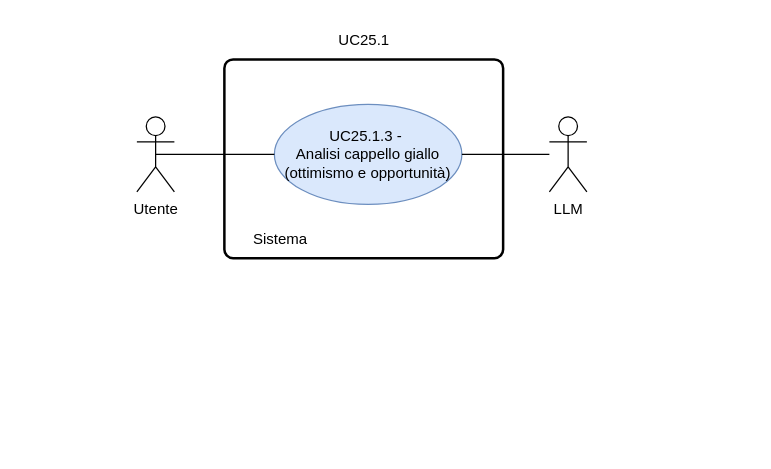
Earlier version of the draw.io diagram RTB/doc_esterna/analisi-dei-requisiti/assets/draw.io/UC25.1.3.drawio (thebitless-group-swe/thebitless.github.io). Source tidied: cells renumbered, new cells numbered last; positions are measured from the earlier drawing's top-left corner, leaving out a move shared by most shapes. Both pictures are drawn from the tidied source at 125%, with x=0, y=0 at pixel (136, 21).
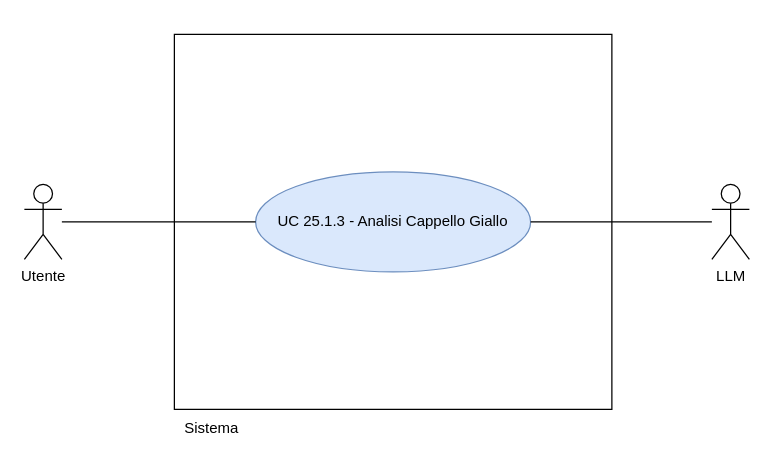
Above is the later version.

Diff of the diagram source:
```diff
@@
 <mxGraphModel>
   <root>
     <mxCell id="0" />
     <mxCell id="1" parent="0" />
-    <mxCell id="2" style="rounded=1;whiteSpace=wrap;html=1;absoluteArcSize=1;arcSize=14;strokeWidth=2;" parent="1" vertex="1">
-      <mxGeometry x="70" y="30" width="223" height="159" as="geometry" />
-    </mxCell>
     <mxCell id="3" value="Utente" style="shape=umlActor;verticalLabelPosition=bottom;verticalAlign=top;html=1;outlineConnect=0;" parent="1" vertex="1">
-      <mxGeometry y="76" width="30" height="60" as="geometry" />
+      <mxGeometry x="-90" y="130" width="30" height="60" as="geometry" />
     </mxCell>
+    <mxCell id="9" value="LLM" style="shape=umlActor;verticalLabelPosition=bottom;verticalAlign=top;html=1;outlineConnect=0;" parent="1" vertex="1">
+      <mxGeometry x="460" y="130" width="30" height="60" as="geometry" />
+    </mxCell>
+    <mxCell id="10" style="whiteSpace=wrap;html=1;" parent="1" vertex="1">
+      <mxGeometry x="30" y="10" width="350" height="300" as="geometry" />
+    </mxCell>
     <mxCell id="4" value="Sistema" style="text;html=1;whiteSpace=wrap;strokeColor=none;fillColor=none;align=center;verticalAlign=middle;rounded=0;" parent="1" vertex="1">
-      <mxGeometry x="70" y="159" width="90" height="30" as="geometry" />
+      <mxGeometry x="30" y="310" width="60" height="30" as="geometry" />
     </mxCell>
-    <mxCell id="5" value="UC25.1.3 -&amp;nbsp;&lt;div&gt;Analisi cappello giallo (ottimismo e opportunità)&lt;/div&gt;" style="ellipse;whiteSpace=wrap;html=1;fillColor=#dae8fc;strokeColor=#6c8ebf;" parent="1" vertex="1">
-      <mxGeometry x="110" y="66" width="150" height="80" as="geometry" />
-    </mxCell>
-    <mxCell id="6" style="endArrow=none;html=1;rounded=0;exitX=0.5;exitY=0.5;exitDx=0;exitDy=0;exitPerimeter=0;entryX=0;entryY=0.5;entryDx=0;entryDy=0;" parent="1" edge="1" source="3" target="5">
-      <mxGeometry relative="1" as="geometry" />
-    </mxCell>
-    <mxCell id="7" value="UC25.1" style="text;html=1;whiteSpace=wrap;strokeColor=none;fillColor=none;align=center;verticalAlign=middle;rounded=0;" parent="1" vertex="1">
-      <mxGeometry x="151.5" width="60" height="30" as="geometry" />
-    </mxCell>
-    <mxCell id="8" style="edgeStyle=orthogonalEdgeStyle;rounded=0;jettySize=auto;html=1;endArrow=none;endFill=0;" parent="1" edge="1" source="9" target="5">
-      <mxGeometry relative="1" as="geometry" />
-    </mxCell>
-    <mxCell id="9" value="LLM" style="shape=umlActor;verticalLabelPosition=bottom;verticalAlign=top;html=1;outlineConnect=0;" parent="1" vertex="1">
-      <mxGeometry x="330" y="76" width="30" height="60" as="geometry" />
-    </mxCell>
+    <mxCell id="11" value="UC 25.1.3 - Analisi Cappello Giallo" style="ellipse;whiteSpace=wrap;html=1;fillColor=#dae8fc;strokeColor=#6c8ebf;" parent="1" vertex="1">
+      <mxGeometry x="95" y="120" width="220" height="80" as="geometry" />
+    </mxCell>
+    <mxCell id="12" style="edgeStyle=none;rounded=0;jettySize=auto;html=1;endArrow=none;endFill=0;" parent="1" edge="1" source="3" target="11">
+      <mxGeometry relative="1" as="geometry" />
+    </mxCell>
+    <mxCell id="13" style="edgeStyle=none;rounded=0;jettySize=auto;html=1;endArrow=none;endFill=0;" parent="1" edge="1" source="9" target="11">
+      <mxGeometry relative="1" as="geometry" />
+    </mxCell>
   </root>
 </mxGraphModel>
```
